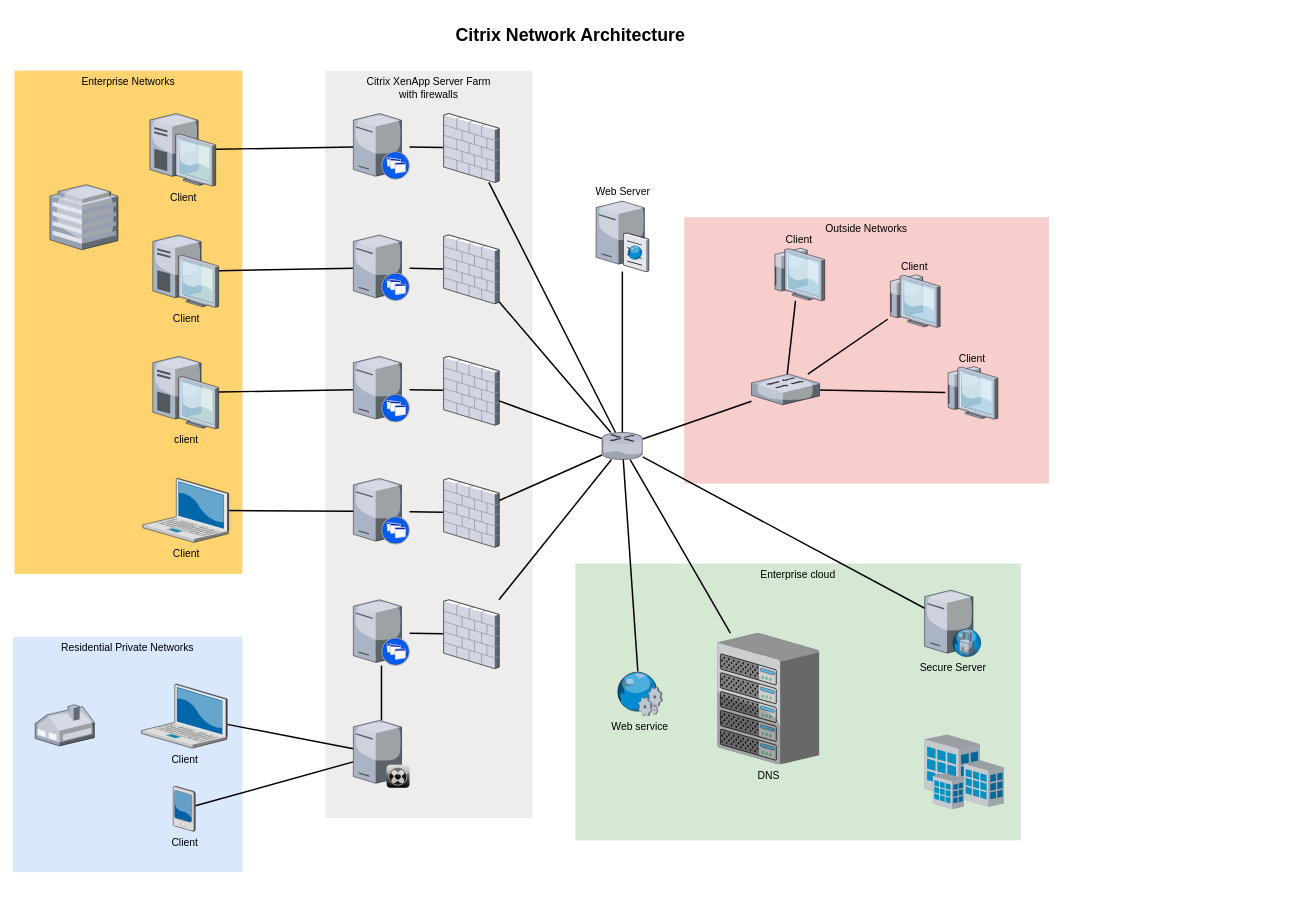
Earlier version of the draw.io diagram zabbix/cenario-zabbix.drawio (Andsonb/diagramsZabbix). Source tidied: cells renumbered, new cells numbered last; positions are measured from the earlier drawing's top-left corner, leaving out a move shared by most shapes. Both pictures are drawn from the tidied source at 74%, with x=0, y=0 at pixel (13, 20).
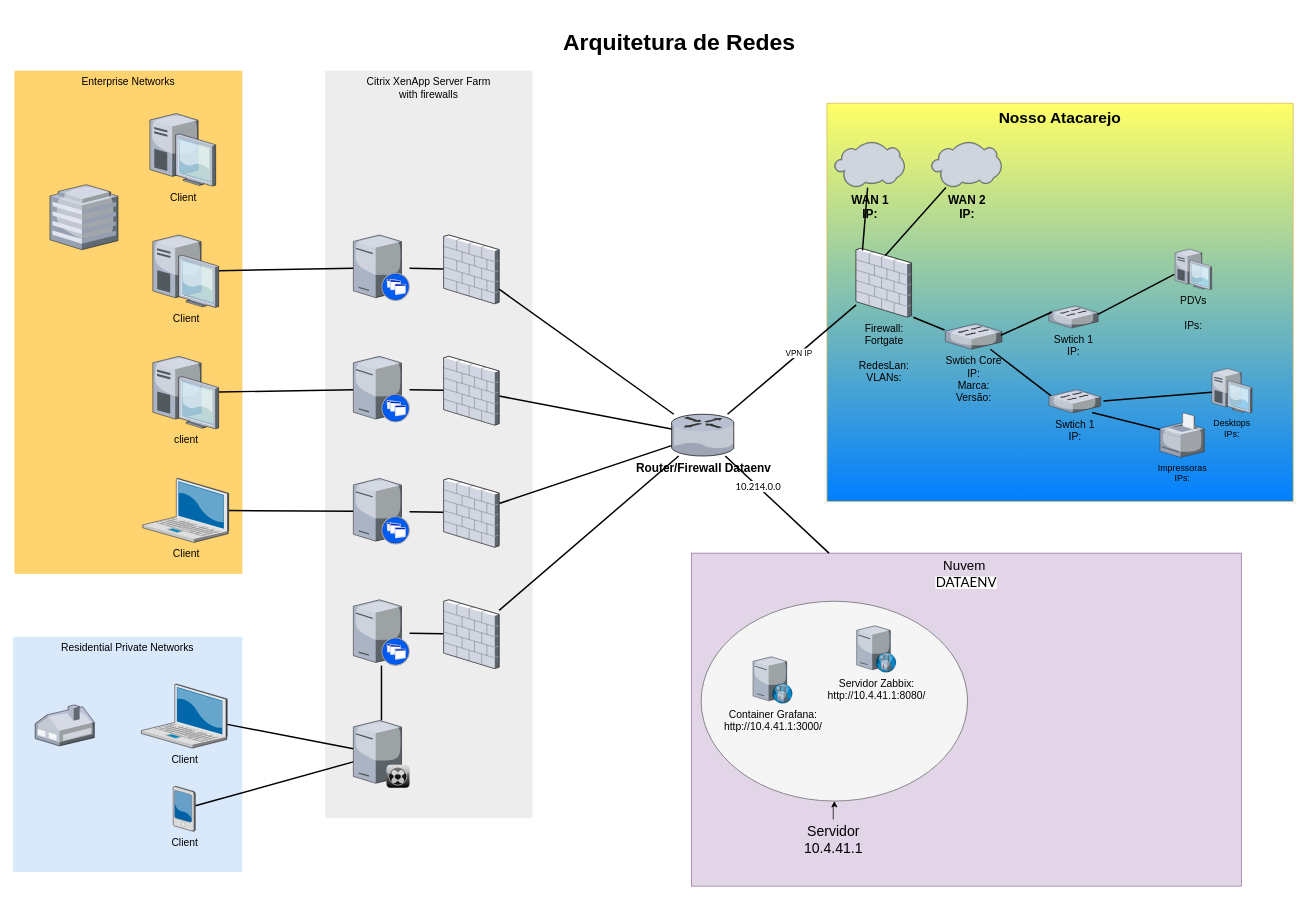
The same diagram, later.

The change refers to these unchanged cells:
```xml
<mxCell id="16" value="Client" style="verticalLabelPosition=bottom;html=1;verticalAlign=top;strokeColor=none;shape=mxgraph.citrix.desktop;fillColor=#66B2FF;gradientColor=#0066CC;fontSize=14;" parent="1" vertex="1">
  <mxGeometry x="185" y="126" width="89" height="98" as="geometry" />
</mxCell>
```

The edit, as a diff of the source:
```diff
@@
+    <mxCell id="3" value="&lt;font style=&quot;font-size: 18px;&quot;&gt;Nuvem&amp;nbsp;&lt;/font&gt;&lt;div&gt;&lt;span style=&quot;font-family: lato; text-align: start; background-color: rgb(255, 255, 255);&quot;&gt;&lt;font style=&quot;font-size: 18px;&quot;&gt;DATAENV&lt;/font&gt;&lt;/span&gt;&lt;/div&gt;" style="whiteSpace=wrap;html=1;fillColor=#e1d5e7;fontSize=14;strokeColor=#9673a6;verticalAlign=top;" parent="1" vertex="1">
+      <mxGeometry x="917" y="720" width="743" height="450" as="geometry" />
+    </mxCell>
+    <mxCell id="62" style="ellipse;whiteSpace=wrap;html=1;fillColor=#f5f5f5;fontColor=#333333;strokeColor=#666666;" parent="1" vertex="1">
+      <mxGeometry x="930" y="785" width="360" height="270" as="geometry" />
+    </mxCell>
-    <mxCell id="2" value="Outside Networks" style="whiteSpace=wrap;html=1;fillColor=#f8cecc;fontSize=14;strokeColor=none;verticalAlign=top;" parent="1" vertex="1">
-      <mxGeometry x="907" y="266" width="493" height="360" as="geometry" />
+    <mxCell id="2" value="&lt;font style=&quot;font-size: 21px;&quot;&gt;&lt;b&gt;Nosso Atacarejo&lt;/b&gt;&lt;/font&gt;" style="whiteSpace=wrap;html=1;fillColor=#FFFF66;fontSize=14;strokeColor=#d6b656;verticalAlign=top;gradientColor=#007FFF;" parent="1" vertex="1">
+      <mxGeometry x="1100" y="112" width="630" height="538" as="geometry" />
     </mxCell>
-    <mxCell id="3" value="Enterprise cloud" style="whiteSpace=wrap;html=1;fillColor=#d5e8d4;fontSize=14;strokeColor=none;verticalAlign=top;" parent="1" vertex="1">
-      <mxGeometry x="760" y="734" width="602" height="374" as="geometry" />
-    </mxCell>
@@
-    <mxCell id="15" style="edgeStyle=none;rounded=0;html=1;startSize=10;endSize=10;jettySize=auto;fontSize=14;endArrow=none;endFill=0;strokeWidth=2;" parent="1" edge="1" source="16" target="28">
-      <mxGeometry relative="1" as="geometry" />
-    </mxCell>
@@
-    <mxCell id="27" style="edgeStyle=none;rounded=0;html=1;startSize=10;endSize=10;jettySize=auto;fontSize=14;endArrow=none;endFill=0;strokeWidth=2;" parent="1" edge="1" source="28" target="39">
-      <mxGeometry relative="1" as="geometry" />
-    </mxCell>
-    <mxCell id="28" style="verticalLabelPosition=bottom;html=1;verticalAlign=top;strokeColor=none;shape=mxgraph.citrix.xenapp_server;fillColor=#66B2FF;gradientColor=#0066CC;fontSize=14;" parent="1" vertex="1">
-      <mxGeometry x="460" y="126" width="76" height="89" as="geometry" />
-    </mxCell>
-    <mxCell id="29" style="edgeStyle=none;rounded=0;html=1;startSize=10;endSize=10;jettySize=auto;fontSize=14;endArrow=none;endFill=0;strokeWidth=2;" parent="1" edge="1" source="33" target="37">
-      <mxGeometry relative="1" as="geometry" />
-    </mxCell>
-    <mxCell id="30" style="edgeStyle=none;rounded=0;html=1;startSize=10;endSize=10;jettySize=auto;fontSize=14;endArrow=none;endFill=0;strokeWidth=2;" parent="1" edge="1" source="33" target="36">
-      <mxGeometry relative="1" as="geometry" />
-    </mxCell>
-    <mxCell id="31" style="edgeStyle=none;rounded=0;html=1;startSize=10;endSize=10;jettySize=auto;fontSize=14;endArrow=none;endFill=0;strokeWidth=2;" parent="1" edge="1" source="33" target="54">
+    <mxCell id="31" style="edgeStyle=none;rounded=0;html=1;startSize=10;endSize=10;jettySize=auto;fontSize=14;endArrow=none;endFill=0;strokeWidth=2;entryX=0.002;entryY=0.822;entryDx=0;entryDy=0;entryPerimeter=0;" parent="1" edge="1" source="33" target="68">
       <mxGeometry relative="1" as="geometry" />
     </mxCell>
+    <mxCell id="63" value="VPN IP" style="edgeLabel;html=1;align=center;verticalAlign=middle;" parent="31" vertex="1">
+      <mxGeometry x="0.11" y="1" relative="1" as="geometry" />
+    </mxCell>
-    <mxCell id="32" style="edgeStyle=none;rounded=0;html=1;startSize=10;endSize=10;jettySize=auto;fontSize=14;endArrow=none;endFill=0;strokeWidth=2;" parent="1" edge="1" source="33" target="50">
+    <mxCell id="32" style="edgeStyle=none;rounded=0;html=1;startSize=10;endSize=10;jettySize=auto;fontSize=14;endArrow=none;endFill=0;strokeWidth=2;entryX=0.25;entryY=0;entryDx=0;entryDy=0;" parent="1" edge="1" source="33" target="3">
       <mxGeometry relative="1" as="geometry" />
     </mxCell>
+    <mxCell id="64" value="&lt;span style=&quot;font-family: lato; font-size: 12.8px; text-align: start; text-wrap-mode: wrap;&quot;&gt;10.214.0.0&lt;/span&gt;" style="edgeLabel;html=1;align=center;verticalAlign=middle;" parent="32" vertex="1">
+      <mxGeometry x="-0.38" relative="1" as="geometry" />
+    </mxCell>
-    <mxCell id="33" style="verticalLabelPosition=bottom;html=1;verticalAlign=top;strokeColor=none;shape=mxgraph.citrix.router;fillColor=#66B2FF;gradientColor=#0066CC;fontSize=14;" parent="1" vertex="1">
-      <mxGeometry x="796" y="557" width="55" height="36.5" as="geometry" />
+    <mxCell id="33" value="&lt;font style=&quot;font-size: 16px;&quot;&gt;&lt;b&gt;Router/Firewall Dataenv&lt;/b&gt;&lt;/font&gt;" style="verticalLabelPosition=bottom;html=1;verticalAlign=top;strokeColor=none;shape=mxgraph.citrix.router;fillColor=#66B2FF;gradientColor=#0066CC;fontSize=14;" parent="1" vertex="1">
+      <mxGeometry x="890" y="532.3" width="85" height="56.4" as="geometry" />
     </mxCell>
@@
-    <mxCell id="36" value="Web Server" style="verticalLabelPosition=top;html=1;verticalAlign=bottom;strokeColor=none;shape=mxgraph.citrix.cache_server;fillColor=#66B2FF;gradientColor=#0066CC;fontSize=14;labelPosition=center;align=center;" parent="1" vertex="1">
-      <mxGeometry x="788" y="242" width="71" height="97.5" as="geometry" />
-    </mxCell>
-    <mxCell id="37" value="DNS" style="verticalLabelPosition=bottom;html=1;verticalAlign=top;strokeColor=none;shape=mxgraph.citrix.chassis;fillColor=#66B2FF;gradientColor=#0066CC;fontSize=14;" parent="1" vertex="1">
-      <mxGeometry x="952" y="828" width="137.5" height="177.5" as="geometry" />
-    </mxCell>
-    <mxCell id="38" style="edgeStyle=none;rounded=0;html=1;startSize=10;endSize=10;jettySize=auto;fontSize=14;endArrow=none;endFill=0;strokeWidth=2;" parent="1" edge="1" source="39" target="33">
-      <mxGeometry relative="1" as="geometry" />
-    </mxCell>
-    <mxCell id="39" style="verticalLabelPosition=bottom;html=1;verticalAlign=top;strokeColor=none;shape=mxgraph.citrix.firewall;fillColor=#66B2FF;gradientColor=#0066CC;fontSize=14;" parent="1" vertex="1">
-      <mxGeometry x="582" y="126" width="75" height="93" as="geometry" />
-    </mxCell>
@@
-    <mxCell id="50" value="Secure Server" style="verticalLabelPosition=bottom;html=1;verticalAlign=top;strokeColor=none;shape=mxgraph.citrix.proxy_server;fillColor=#66B2FF;gradientColor=#0066CC;fontSize=14;" parent="1" vertex="1">
-      <mxGeometry x="1232" y="770" width="76.5" height="90" as="geometry" />
+    <mxCell id="50" value="Servidor Zabbix:&lt;br&gt;http://10.4.41.1:8080/" style="verticalLabelPosition=bottom;html=1;verticalAlign=top;strokeColor=none;shape=mxgraph.citrix.proxy_server;fillColor=#66B2FF;gradientColor=#0066CC;fontSize=14;" parent="1" vertex="1">
+      <mxGeometry x="1140" y="818" width="53.5" height="63" as="geometry" />
     </mxCell>
-    <mxCell id="51" style="edgeStyle=none;rounded=0;html=1;startSize=10;endSize=10;jettySize=auto;fontSize=14;endArrow=none;endFill=0;strokeWidth=2;" parent="1" edge="1" source="54" target="57">
-      <mxGeometry relative="1" as="geometry" />
-    </mxCell>
-    <mxCell id="52" style="edgeStyle=none;rounded=0;html=1;startSize=10;endSize=10;jettySize=auto;fontSize=14;endArrow=none;endFill=0;strokeWidth=2;" parent="1" edge="1" source="54" target="56">
-      <mxGeometry relative="1" as="geometry" />
-    </mxCell>
-    <mxCell id="53" style="edgeStyle=none;rounded=0;html=1;startSize=10;endSize=10;jettySize=auto;fontSize=14;endArrow=none;endFill=0;strokeWidth=2;" parent="1" edge="1" source="54" target="55">
+    <mxCell id="53" style="edgeStyle=none;rounded=0;html=1;startSize=10;endSize=10;jettySize=auto;fontSize=14;endArrow=none;endFill=0;strokeWidth=2;entryX=0.048;entryY=0.279;entryDx=0;entryDy=0;entryPerimeter=0;" parent="1" edge="1" source="54" target="70">
       <mxGeometry relative="1" as="geometry" />
     </mxCell>
-    <mxCell id="54" style="verticalLabelPosition=bottom;html=1;verticalAlign=top;strokeColor=none;shape=mxgraph.citrix.switch;fillColor=#66B2FF;gradientColor=#0066CC;fontSize=14;" parent="1" vertex="1">
-      <mxGeometry x="998" y="478" width="92" height="41.5" as="geometry" />
+    <mxCell id="54" value="Swtich Core&lt;br&gt;IP:&lt;br&gt;Marca:&lt;br&gt;Versão:" style="verticalLabelPosition=bottom;html=1;verticalAlign=top;strokeColor=none;shape=mxgraph.citrix.switch;fillColor=#66B2FF;gradientColor=#0066CC;fontSize=14;" parent="1" vertex="1">
+      <mxGeometry x="1260" y="410" width="76.5" height="34.5" as="geometry" />
     </mxCell>
-    <mxCell id="55" value="Client" style="verticalLabelPosition=top;html=1;verticalAlign=bottom;strokeColor=none;shape=mxgraph.citrix.thin_client;fillColor=#66B2FF;gradientColor=#0066CC;fontSize=14;labelPosition=center;align=center;" parent="1" vertex="1">
-      <mxGeometry x="1260" y="468" width="71" height="71" as="geometry" />
-    </mxCell>
-    <mxCell id="56" value="Client" style="verticalLabelPosition=top;html=1;verticalAlign=bottom;strokeColor=none;shape=mxgraph.citrix.thin_client;fillColor=#66B2FF;gradientColor=#0066CC;fontSize=14;labelPosition=center;align=center;" parent="1" vertex="1">
-      <mxGeometry x="1182" y="344" width="71" height="71" as="geometry" />
-    </mxCell>
-    <mxCell id="57" value="Client" style="verticalLabelPosition=top;html=1;verticalAlign=bottom;strokeColor=none;shape=mxgraph.citrix.thin_client;fillColor=#66B2FF;gradientColor=#0066CC;fontSize=14;labelPosition=center;align=center;" parent="1" vertex="1">
-      <mxGeometry x="1026" y="308" width="71" height="71" as="geometry" />
-    </mxCell>
-    <mxCell id="58" style="edgeStyle=none;rounded=0;html=1;startSize=10;endSize=10;jettySize=auto;fontSize=14;endArrow=none;endFill=0;strokeWidth=2;" parent="1" edge="1" source="59" target="33">
-      <mxGeometry relative="1" as="geometry" />
-    </mxCell>
-    <mxCell id="59" value="Web service" style="verticalLabelPosition=bottom;html=1;verticalAlign=top;strokeColor=none;shape=mxgraph.citrix.web_service;fillColor=#66B2FF;gradientColor=#0066CC;fontSize=14;" parent="1" vertex="1">
-      <mxGeometry x="815" y="880" width="63" height="60" as="geometry" />
-    </mxCell>
-    <mxCell id="60" style="verticalLabelPosition=bottom;html=1;verticalAlign=top;strokeColor=none;shape=mxgraph.citrix.site;fillColor=#66B2FF;gradientColor=#0066CC;fontSize=14;" parent="1" vertex="1">
-      <mxGeometry x="1232" y="965" width="107" height="101" as="geometry" />
-    </mxCell>
-    <mxCell id="61" value="Citrix Network Architecture" style="text;strokeColor=none;fillColor=none;html=1;fontSize=24;fontStyle=1;verticalAlign=middle;align=center;" parent="1" vertex="1">
-      <mxGeometry x="322" width="861" height="40" as="geometry" />
-    </mxCell>
+    <mxCell id="65" value="Container Grafana:&lt;br&gt;http://10.4.41.1:3000/" style="verticalLabelPosition=bottom;html=1;verticalAlign=top;strokeColor=none;shape=mxgraph.citrix.proxy_server;fillColor=#66B2FF;gradientColor=#0066CC;fontSize=14;" parent="1" vertex="1">
+      <mxGeometry x="1000" y="860" width="53.5" height="63" as="geometry" />
+    </mxCell>
+    <mxCell id="66" style="edgeStyle=orthogonalEdgeStyle;rounded=0;jettySize=auto;html=1;" parent="1" edge="1" source="67" target="62">
+      <mxGeometry relative="1" as="geometry" />
+    </mxCell>
+    <mxCell id="67" value="&lt;font style=&quot;font-size: 19px;&quot;&gt;Servidor 10.4.41.1&lt;/font&gt;" style="text;html=1;align=center;verticalAlign=middle;whiteSpace=wrap;rounded=0;" parent="1" vertex="1">
+      <mxGeometry x="1053.5" y="1080" width="110" height="56" as="geometry" />
+    </mxCell>
+    <mxCell id="68" value="Firewall:&lt;br&gt;Fortgate&lt;br&gt;&lt;br&gt;RedesLan:&lt;br&gt;VLANs:" style="verticalLabelPosition=bottom;html=1;verticalAlign=top;strokeColor=none;shape=mxgraph.citrix.firewall;fillColor=#66B2FF;gradientColor=#0066CC;fontSize=14;" parent="1" vertex="1">
+      <mxGeometry x="1139.3" y="308" width="75" height="93" as="geometry" />
+    </mxCell>
+    <mxCell id="69" style="edgeStyle=none;rounded=0;html=1;startSize=10;endSize=10;jettySize=auto;fontSize=14;endArrow=none;endFill=0;strokeWidth=2;entryX=-0.014;entryY=0.244;entryDx=0;entryDy=0;entryPerimeter=0;exitX=1.031;exitY=1.003;exitDx=0;exitDy=0;exitPerimeter=0;" parent="1" edge="1" source="68" target="54">
+      <mxGeometry relative="1" as="geometry" />
+    </mxCell>
+    <mxCell id="70" value="Swtich 1&lt;br&gt;IP:" style="verticalLabelPosition=bottom;html=1;verticalAlign=top;strokeColor=none;shape=mxgraph.citrix.switch;fillColor=#66B2FF;gradientColor=#0066CC;fontSize=14;" parent="1" vertex="1">
+      <mxGeometry x="1400" y="499" width="69.8" height="31.5" as="geometry" />
+    </mxCell>
+    <mxCell id="71" value="Swtich 1&lt;br&gt;IP:" style="verticalLabelPosition=bottom;html=1;verticalAlign=top;strokeColor=none;shape=mxgraph.citrix.switch;fillColor=#66B2FF;gradientColor=#0066CC;fontSize=14;" parent="1" vertex="1">
+      <mxGeometry x="1400" y="385.8" width="66.5" height="30" as="geometry" />
+    </mxCell>
+    <mxCell id="72" style="edgeStyle=none;rounded=0;html=1;startSize=10;endSize=10;jettySize=auto;fontSize=14;endArrow=none;endFill=0;strokeWidth=2;entryX=0.064;entryY=0.279;entryDx=0;entryDy=0;entryPerimeter=0;exitX=0.98;exitY=0.451;exitDx=0;exitDy=0;exitPerimeter=0;" parent="1" edge="1" source="54" target="71">
+      <mxGeometry relative="1" as="geometry" />
+    </mxCell>
+    <mxCell id="73" value="PDVs&lt;br&gt;&lt;br&gt;IPs:" style="verticalLabelPosition=bottom;html=1;verticalAlign=top;strokeColor=none;shape=mxgraph.citrix.desktop;fillColor=#66B2FF;gradientColor=#0066CC;fontSize=14;" parent="1" vertex="1">
+      <mxGeometry x="1570.3" y="309.1" width="49.7" height="54.8" as="geometry" />
+    </mxCell>
+    <mxCell id="74" style="edgeStyle=none;rounded=0;html=1;startSize=10;endSize=10;jettySize=auto;fontSize=14;endArrow=none;endFill=0;strokeWidth=2;exitX=0.995;exitY=0.382;exitDx=0;exitDy=0;exitPerimeter=0;entryX=-0.021;entryY=0.626;entryDx=0;entryDy=0;entryPerimeter=0;" parent="1" edge="1" source="71" target="73">
+      <mxGeometry relative="1" as="geometry" />
+    </mxCell>
+    <mxCell id="75" value="&lt;font style=&quot;font-size: 16px;&quot;&gt;&lt;b&gt;WAN 1&lt;br&gt;IP:&lt;/b&gt;&lt;/font&gt;" style="verticalLabelPosition=bottom;sketch=0;html=1;verticalAlign=top;strokeColor=none;align=center;outlineConnect=0;shape=mxgraph.citrix.cloud;" parent="1" vertex="1">
+      <mxGeometry x="1110" y="164" width="95" height="62" as="geometry" />
+    </mxCell>
+    <mxCell id="76" style="edgeStyle=none;rounded=0;html=1;startSize=10;endSize=10;jettySize=auto;fontSize=14;endArrow=none;endFill=0;strokeWidth=2;exitX=0.116;exitY=0.033;exitDx=0;exitDy=0;exitPerimeter=0;" parent="1" edge="1" source="68" target="75">
+      <mxGeometry relative="1" as="geometry" />
+    </mxCell>
+    <mxCell id="77" value="&lt;font style=&quot;font-size: 16px;&quot;&gt;&lt;b&gt;WAN 2&lt;br&gt;IP:&lt;/b&gt;&lt;/font&gt;" style="verticalLabelPosition=bottom;sketch=0;html=1;verticalAlign=top;strokeColor=none;align=center;outlineConnect=0;shape=mxgraph.citrix.cloud;" parent="1" vertex="1">
+      <mxGeometry x="1241" y="164" width="95" height="62" as="geometry" />
+    </mxCell>
+    <mxCell id="78" style="edgeStyle=none;rounded=0;html=1;startSize=10;endSize=10;jettySize=auto;fontSize=14;endArrow=none;endFill=0;strokeWidth=2;exitX=0.528;exitY=0.104;exitDx=0;exitDy=0;exitPerimeter=0;" parent="1" edge="1" source="68" target="77">
+      <mxGeometry relative="1" as="geometry" />
+    </mxCell>
+    <mxCell id="79" value="&lt;h2&gt;&lt;font style=&quot;font-size: 31px;&quot;&gt;Arquitetura de Redes&lt;/font&gt;&lt;/h2&gt;" style="text;html=1;align=center;verticalAlign=middle;strokeColor=none;fillColor=none;" parent="1" vertex="1">
+      <mxGeometry x="730" y="-10" width="340" height="80" as="geometry" />
+    </mxCell>
+    <mxCell id="80" value="Impressoras&lt;br&gt;IPs:" style="verticalLabelPosition=bottom;sketch=0;html=1;verticalAlign=top;strokeColor=none;align=center;outlineConnect=0;shape=mxgraph.citrix.printer;" parent="1" vertex="1">
+      <mxGeometry x="1550" y="530.5" width="60" height="60" as="geometry" />
+    </mxCell>
+    <mxCell id="81" value="Desktops&lt;br&gt;IPs:" style="verticalLabelPosition=bottom;sketch=0;html=1;verticalAlign=top;strokeColor=none;align=center;outlineConnect=0;shape=mxgraph.citrix.desktop;" parent="1" vertex="1">
+      <mxGeometry x="1620" y="470.5" width="54.5" height="60" as="geometry" />
+    </mxCell>
+    <mxCell id="82" style="edgeStyle=none;rounded=0;html=1;startSize=10;endSize=10;jettySize=auto;fontSize=14;endArrow=none;endFill=0;strokeWidth=2;exitX=1.055;exitY=0.491;exitDx=0;exitDy=0;exitPerimeter=0;" parent="1" edge="1" source="70" target="81">
+      <mxGeometry relative="1" as="geometry" />
+    </mxCell>
+    <mxCell id="83" style="edgeStyle=none;rounded=0;html=1;startSize=10;endSize=10;jettySize=auto;fontSize=14;endArrow=none;endFill=0;strokeWidth=2;entryX=0.835;entryY=0.979;entryDx=0;entryDy=0;entryPerimeter=0;" parent="1" edge="1" source="80" target="70">
+      <mxGeometry relative="1" as="geometry" />
+    </mxCell>
```
